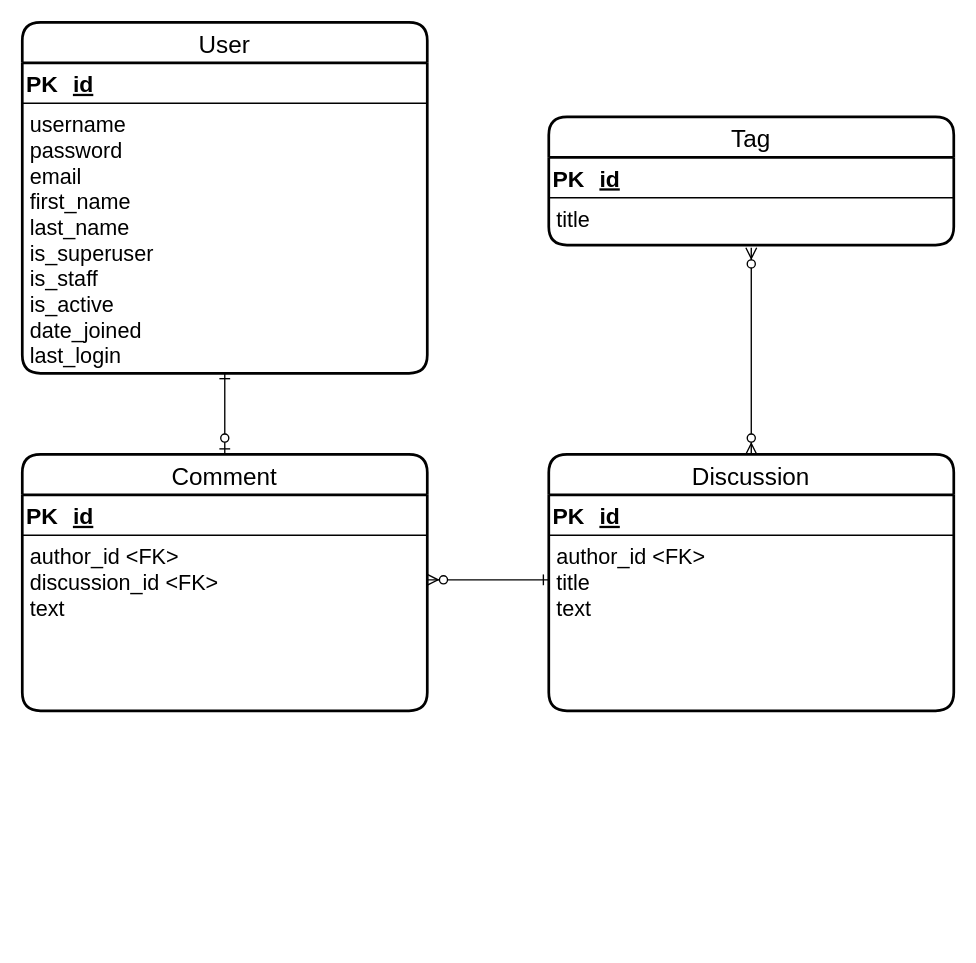
This is forum.drawio from GentleEnvy/er_forum, a draw.io file, before an edit. Source tidied: cells renumbered, new cells numbered last; positions are measured from the earlier drawing's top-left corner, leaving out a move shared by most shapes. Both pictures are drawn from the tidied source at 135%, with x=0, y=0 at pixel (22, 22).
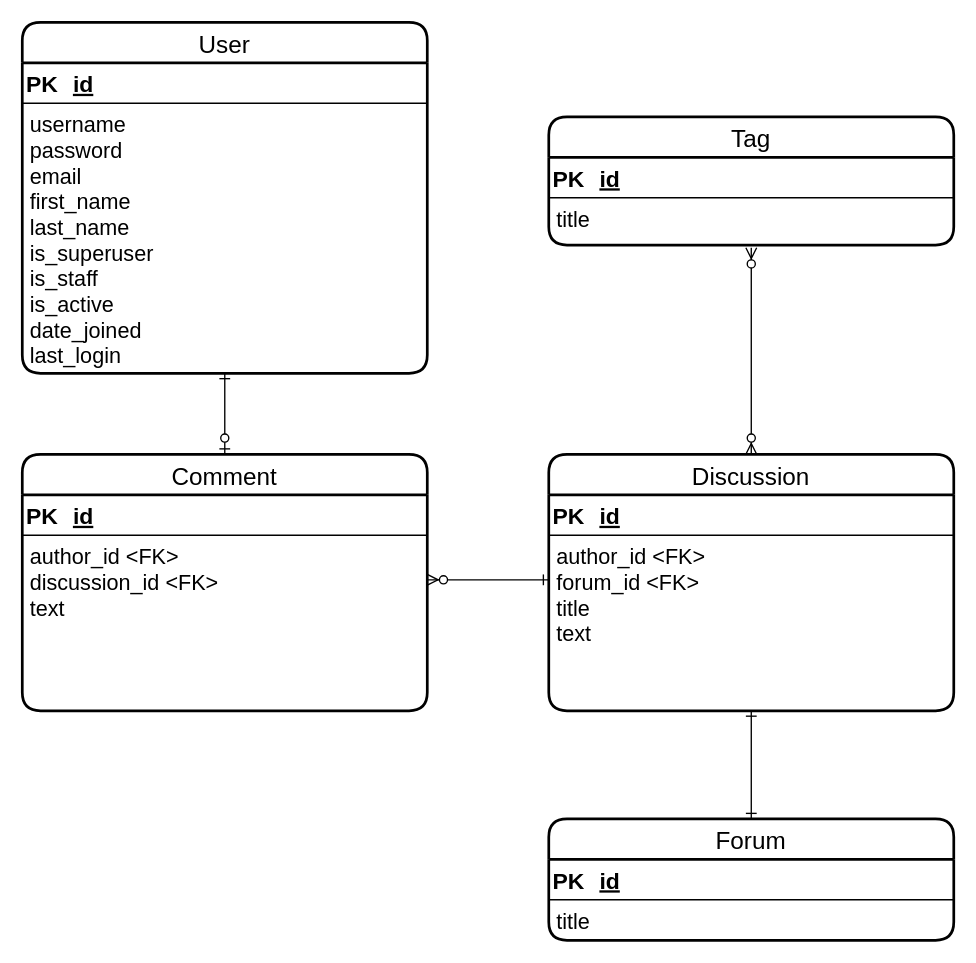
The same diagram, later.

Unchanged cells that the change refers to:
```xml
<mxCell id="9" value="Discussion" style="swimlane;horizontal=1;startSize=30;rounded=1;fontSize=18;fontStyle=0;strokeWidth=2;shadow=0;dashed=0;align=center;" parent="1" vertex="1">
  <mxGeometry x="390" y="320" width="300" height="190" as="geometry" />
</mxCell>
```

Change to the diagram source:
```diff
@@
-    <mxCell id="14" value="author_id &lt;FK&gt;&#10;title&#10;text" style="align=left;strokeColor=none;fillColor=none;spacingLeft=4;fontSize=16;verticalAlign=top;" parent="9" vertex="1">
+    <mxCell id="14" value="author_id &lt;FK&gt;&#10;forum_id &lt;FK&gt;&#10;title&#10;text" style="align=left;strokeColor=none;fillColor=none;spacingLeft=4;fontSize=16;verticalAlign=top;" parent="9" vertex="1">
       <mxGeometry y="60" width="300" height="130" as="geometry" />
     </mxCell>
@@
+    <mxCell id="29" value="Forum" style="swimlane;horizontal=1;startSize=30;rounded=1;fontSize=18;fontStyle=0;strokeWidth=2;shadow=0;dashed=0;align=center;" parent="1" vertex="1">
+      <mxGeometry x="390" y="590" width="300" height="90" as="geometry" />
+    </mxCell>
+    <mxCell id="30" style="shape=table;startSize=0;childLayout=tableLayout;rowLines=0;fontStyle=0;align=center;strokeColor=none;fillColor=none;" parent="29" vertex="1">
+      <mxGeometry y="30" width="300" height="30" as="geometry" />
+    </mxCell>
+    <mxCell id="31" style="shape=partialRectangle;fillColor=none;top=0;left=0;bottom=1;right=0;" parent="30" vertex="1">
+      <mxGeometry width="300" height="30" as="geometry" />
+    </mxCell>
+    <mxCell id="32" value="PK" style="shape=partialRectangle;fillColor=none;top=0;left=0;bottom=0;right=0;fontStyle=1;overflow=hidden;fontSize=17;" parent="31" vertex="1">
+      <mxGeometry width="30" height="30" as="geometry" />
+    </mxCell>
+    <mxCell id="33" value="id" style="shape=partialRectangle;fillColor=none;top=0;left=0;bottom=0;right=0;align=left;spacingLeft=6;fontStyle=5;overflow=hidden;fontSize=17;" parent="31" vertex="1">
+      <mxGeometry x="30" width="270" height="30" as="geometry" />
+    </mxCell>
+    <mxCell id="34" value="title" style="align=left;strokeColor=none;fillColor=none;spacingLeft=4;fontSize=16;verticalAlign=top;" parent="29" vertex="1">
+      <mxGeometry y="60" width="300" height="30" as="geometry" />
+    </mxCell>
+    <mxCell id="35" style="edgeStyle=orthogonalEdgeStyle;rounded=0;jettySize=auto;html=1;entryX=0.5;entryY=0;entryDx=0;entryDy=0;fontSize=17;startArrow=ERone;startFill=0;endArrow=ERone;endFill=0;" parent="1" edge="1" source="14" target="29">
+      <mxGeometry relative="1" as="geometry" />
+    </mxCell>
```
